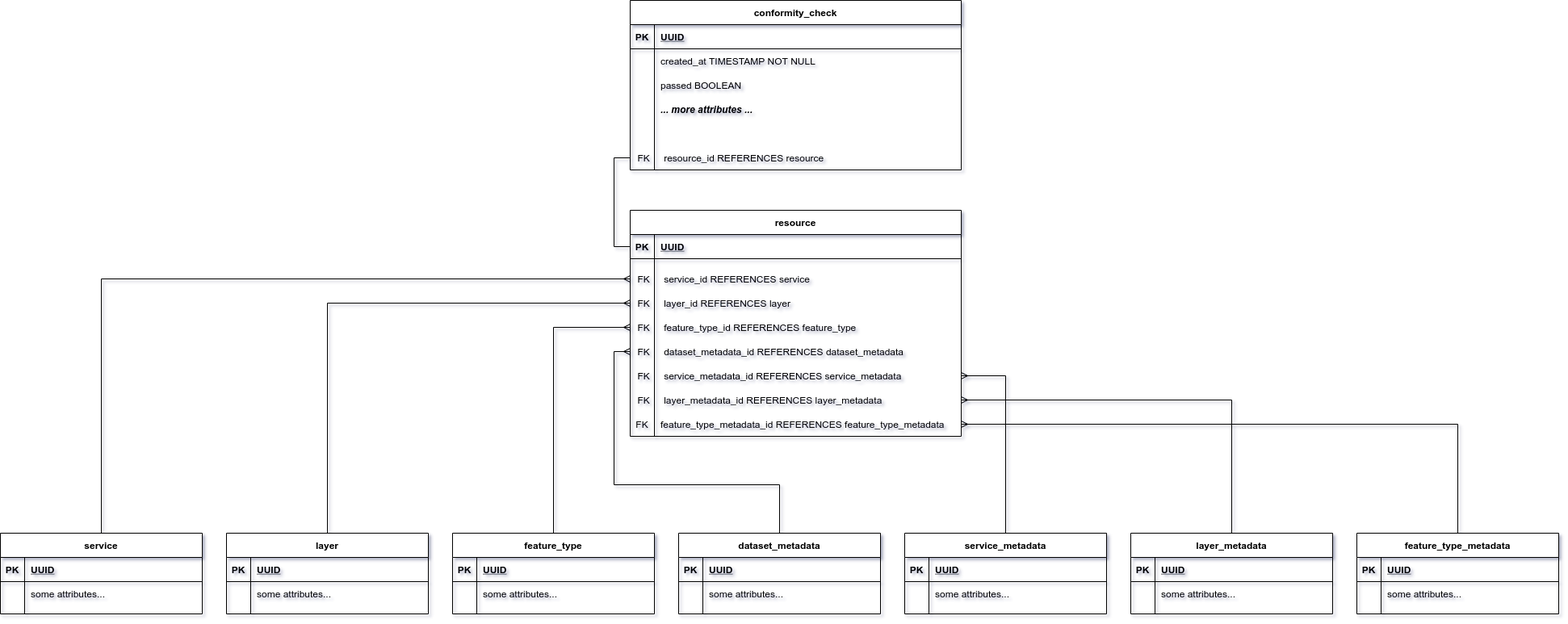
MrSnyder/django-orm-playground keeps this draw.io diagram as analysis/drawio_mrmap_polymorphic_fks-sparse-fks-in-lookup-table.png. Above is the earlier version. Source tidied: cells renumbered, new cells last; positions are measured from the earlier drawing's top-left corner, leaving out a move shared by most shapes.
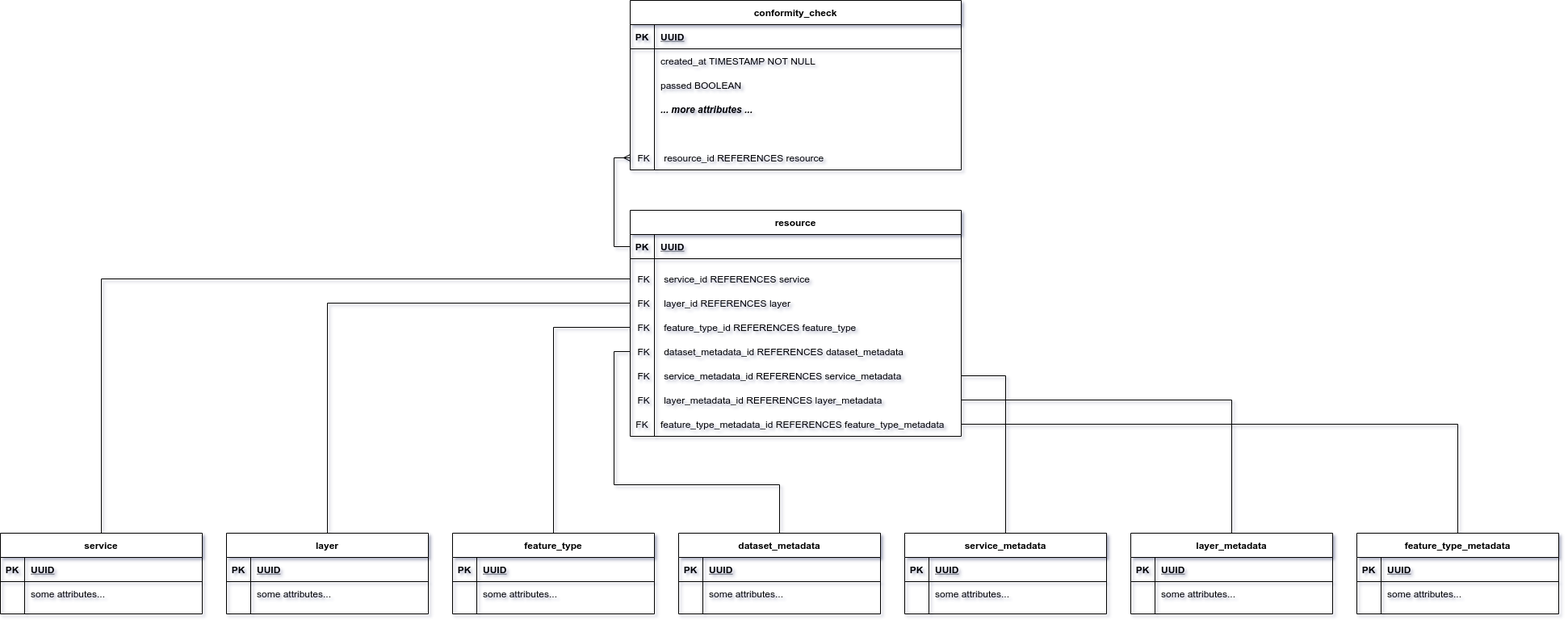
After the commit.

Commit message:
report: added description of approaches

Change to the diagram source:
```diff
@@ -86,7 +86,7 @@
     <mxCell id="29" value="feature_type_metadata_id REFERENCES feature_type_metadata" style="shape=partialRectangle;overflow=hidden;fillColor=none;top=0;left=0;bottom=0;right=0;align=left;spacingLeft=6;" parent="27" vertex="1">
       <mxGeometry x="30" width="380" height="30" as="geometry" />
     </mxCell>
-    <mxCell id="30" style="edgeStyle=orthogonalEdgeStyle;rounded=0;jettySize=auto;html=1;endArrow=ERmany;endFill=0;startArrow=none;startFill=0;" parent="1" edge="1" source="31" target="9">
+    <mxCell id="30" style="edgeStyle=orthogonalEdgeStyle;rounded=0;jettySize=auto;html=1;endArrow=none;endFill=0;startArrow=none;startFill=0;" parent="1" edge="1" source="31" target="9">
       <mxGeometry relative="1" as="geometry" />
     </mxCell>
     <mxCell id="31" value="service" style="shape=table;startSize=30;rowLines=0;fontStyle=1;align=center;" parent="1" vertex="1">
@@ -110,7 +110,7 @@
     <mxCell id="37" value="some attributes..." style="shape=partialRectangle;overflow=hidden;fillColor=none;top=0;left=0;bottom=0;right=0;align=left;spacingLeft=6;" parent="35" vertex="1">
       <mxGeometry x="30" width="220" height="30" as="geometry" />
     </mxCell>
-    <mxCell id="38" style="edgeStyle=orthogonalEdgeStyle;rounded=0;jettySize=auto;html=1;exitX=0.5;exitY=0;exitDx=0;exitDy=0;endArrow=ERmany;endFill=0;startArrow=none;startFill=0;" parent="1" edge="1" source="39" target="12">
+    <mxCell id="38" style="edgeStyle=orthogonalEdgeStyle;rounded=0;jettySize=auto;html=1;exitX=0.5;exitY=0;exitDx=0;exitDy=0;endArrow=none;endFill=0;startArrow=none;startFill=0;" parent="1" edge="1" source="39" target="12">
       <mxGeometry relative="1" as="geometry" />
     </mxCell>
     <mxCell id="39" value="layer" style="shape=table;startSize=30;rowLines=0;fontStyle=1;align=center;" parent="1" vertex="1">
@@ -134,7 +134,7 @@
     <mxCell id="45" value="some attributes..." style="shape=partialRectangle;overflow=hidden;fillColor=none;top=0;left=0;bottom=0;right=0;align=left;spacingLeft=6;" parent="43" vertex="1">
       <mxGeometry x="30" width="220" height="30" as="geometry" />
     </mxCell>
-    <mxCell id="46" style="edgeStyle=orthogonalEdgeStyle;rounded=0;jettySize=auto;html=1;exitX=0.5;exitY=0;exitDx=0;exitDy=0;endArrow=ERmany;endFill=0;startArrow=none;startFill=0;" parent="1" edge="1" source="47" target="15">
+    <mxCell id="46" style="edgeStyle=orthogonalEdgeStyle;rounded=0;jettySize=auto;html=1;exitX=0.5;exitY=0;exitDx=0;exitDy=0;endArrow=none;endFill=0;startArrow=none;startFill=0;" parent="1" edge="1" source="47" target="15">
       <mxGeometry relative="1" as="geometry" />
     </mxCell>
     <mxCell id="47" value="feature_type" style="shape=table;startSize=30;rowLines=0;fontStyle=1;align=center;" parent="1" vertex="1">
@@ -158,7 +158,7 @@
     <mxCell id="53" value="some attributes..." style="shape=partialRectangle;overflow=hidden;fillColor=none;top=0;left=0;bottom=0;right=0;align=left;spacingLeft=6;" parent="51" vertex="1">
       <mxGeometry x="30" width="220" height="30" as="geometry" />
     </mxCell>
-    <mxCell id="54" style="edgeStyle=orthogonalEdgeStyle;rounded=0;jettySize=auto;html=1;exitX=0.5;exitY=0;exitDx=0;exitDy=0;endArrow=ERmany;endFill=0;startArrow=none;startFill=0;" parent="1" edge="1" source="55" target="18">
+    <mxCell id="54" style="edgeStyle=orthogonalEdgeStyle;rounded=0;jettySize=auto;html=1;exitX=0.5;exitY=0;exitDx=0;exitDy=0;endArrow=none;endFill=0;startArrow=none;startFill=0;" parent="1" edge="1" source="55" target="18">
       <mxGeometry relative="1" as="geometry">
         <Array as="points">
           <mxPoint x="965" y="600" />
@@ -188,7 +188,7 @@
     <mxCell id="61" value="some attributes..." style="shape=partialRectangle;overflow=hidden;fillColor=none;top=0;left=0;bottom=0;right=0;align=left;spacingLeft=6;" parent="59" vertex="1">
       <mxGeometry x="30" width="220" height="30" as="geometry" />
     </mxCell>
-    <mxCell id="62" style="edgeStyle=orthogonalEdgeStyle;rounded=0;jettySize=auto;html=1;exitX=0.5;exitY=0;exitDx=0;exitDy=0;endArrow=ERmany;endFill=0;startArrow=none;startFill=0;" parent="1" edge="1" source="63" target="21">
+    <mxCell id="62" style="edgeStyle=orthogonalEdgeStyle;rounded=0;jettySize=auto;html=1;exitX=0.5;exitY=0;exitDx=0;exitDy=0;endArrow=none;endFill=0;startArrow=none;startFill=0;" parent="1" edge="1" source="63" target="21">
       <mxGeometry relative="1" as="geometry" />
     </mxCell>
     <mxCell id="63" value="service_metadata" style="shape=table;startSize=30;rowLines=0;fontStyle=1;align=center;" parent="1" vertex="1">
@@ -212,7 +212,7 @@
     <mxCell id="69" value="some attributes..." style="shape=partialRectangle;overflow=hidden;fillColor=none;top=0;left=0;bottom=0;right=0;align=left;spacingLeft=6;" parent="67" vertex="1">
       <mxGeometry x="30" width="220" height="30" as="geometry" />
     </mxCell>
-    <mxCell id="70" style="edgeStyle=orthogonalEdgeStyle;rounded=0;jettySize=auto;html=1;exitX=0.5;exitY=0;exitDx=0;exitDy=0;endArrow=ERmany;endFill=0;startArrow=none;startFill=0;" parent="1" edge="1" source="71" target="24">
+    <mxCell id="70" style="edgeStyle=orthogonalEdgeStyle;rounded=0;jettySize=auto;html=1;exitX=0.5;exitY=0;exitDx=0;exitDy=0;endArrow=none;endFill=0;startArrow=none;startFill=0;" parent="1" edge="1" source="71" target="24">
       <mxGeometry relative="1" as="geometry" />
     </mxCell>
     <mxCell id="71" value="layer_metadata" style="shape=table;startSize=30;rowLines=0;fontStyle=1;align=center;" parent="1" vertex="1">
@@ -236,7 +236,7 @@
     <mxCell id="77" value="some attributes..." style="shape=partialRectangle;overflow=hidden;fillColor=none;top=0;left=0;bottom=0;right=0;align=left;spacingLeft=6;" parent="75" vertex="1">
       <mxGeometry x="30" width="220" height="30" as="geometry" />
     </mxCell>
-    <mxCell id="78" style="edgeStyle=orthogonalEdgeStyle;rounded=0;jettySize=auto;html=1;exitX=0.5;exitY=0;exitDx=0;exitDy=0;entryX=1;entryY=0.5;entryDx=0;entryDy=0;endArrow=ERmany;endFill=0;startArrow=none;startFill=0;" parent="1" edge="1" source="79" target="27">
+    <mxCell id="78" style="edgeStyle=orthogonalEdgeStyle;rounded=0;jettySize=auto;html=1;exitX=0.5;exitY=0;exitDx=0;exitDy=0;entryX=1;entryY=0.5;entryDx=0;entryDy=0;endArrow=none;endFill=0;startArrow=none;startFill=0;" parent="1" edge="1" source="79" target="27">
       <mxGeometry relative="1" as="geometry" />
     </mxCell>
     <mxCell id="79" value="feature_type_metadata" style="shape=table;startSize=30;rowLines=0;fontStyle=1;align=center;" parent="1" vertex="1">
@@ -296,7 +296,7 @@
     <mxCell id="97" value="resource_id REFERENCES resource" style="shape=partialRectangle;overflow=hidden;fillColor=none;top=0;left=0;bottom=0;right=0;align=left;spacingLeft=6;" parent="95" vertex="1">
       <mxGeometry x="34.2" width="375.8" height="30" as="geometry" />
     </mxCell>
-    <mxCell id="98" style="edgeStyle=orthogonalEdgeStyle;rounded=0;jettySize=auto;html=1;exitX=0;exitY=0.5;exitDx=0;exitDy=0;entryX=0;entryY=0.5;entryDx=0;entryDy=0;endArrow=none;endFill=0;" parent="1" edge="1" source="3" target="95">
+    <mxCell id="98" style="edgeStyle=orthogonalEdgeStyle;rounded=0;jettySize=auto;html=1;exitX=0;exitY=0.5;exitDx=0;exitDy=0;entryX=0;entryY=0.5;entryDx=0;entryDy=0;endArrow=ERmany;endFill=0;" parent="1" edge="1" source="3" target="95">
       <mxGeometry relative="1" as="geometry" />
     </mxCell>
   </root>
```
